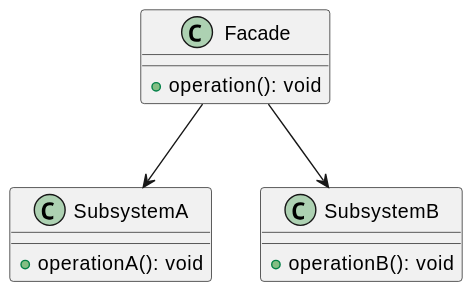
Before: out/patterns/facade/facade.svg, a diagram exported from PlantUML (KubEF/architecture-learn-materials). Source of this version:
```plantuml
@startuml
class Facade {
    +operation(): void
}

class SubsystemA {
    +operationA(): void
}

class SubsystemB {
    +operationB(): void
}

Facade --> SubsystemA
Facade --> SubsystemB
@enduml
```
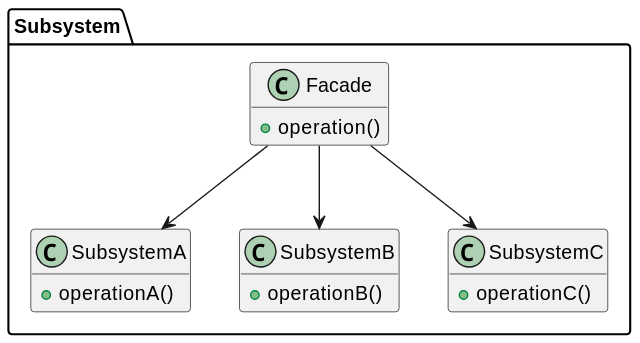
The same diagram one commit later.

The edit, as a diff of the source:
```diff
@@ -1,16 +1,24 @@
 @startuml
+hide empty members
+namespace Subsystem{
 class Facade {
-    +operation(): void
+    +operation()
 }
 
 class SubsystemA {
-    +operationA(): void
+    +operationA()
 }
 
 class SubsystemB {
-    +operationB(): void
+    +operationB()
+}
+
+class SubsystemC{
+    +operationC()
 }
 
 Facade --> SubsystemA
 Facade --> SubsystemB
+Facade --> SubsystemC
+}
 @enduml
```
